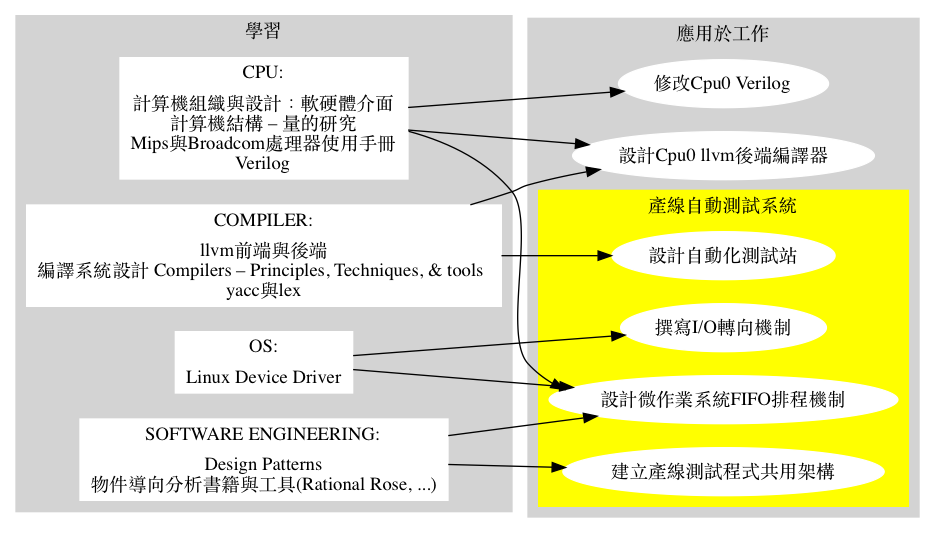
Before: images/study_and_apply_ch1.png, a diagram exported from Graphviz (Jonathan2251/ws). Its source is kept beside it as images/study_and_apply_ch1.gv.
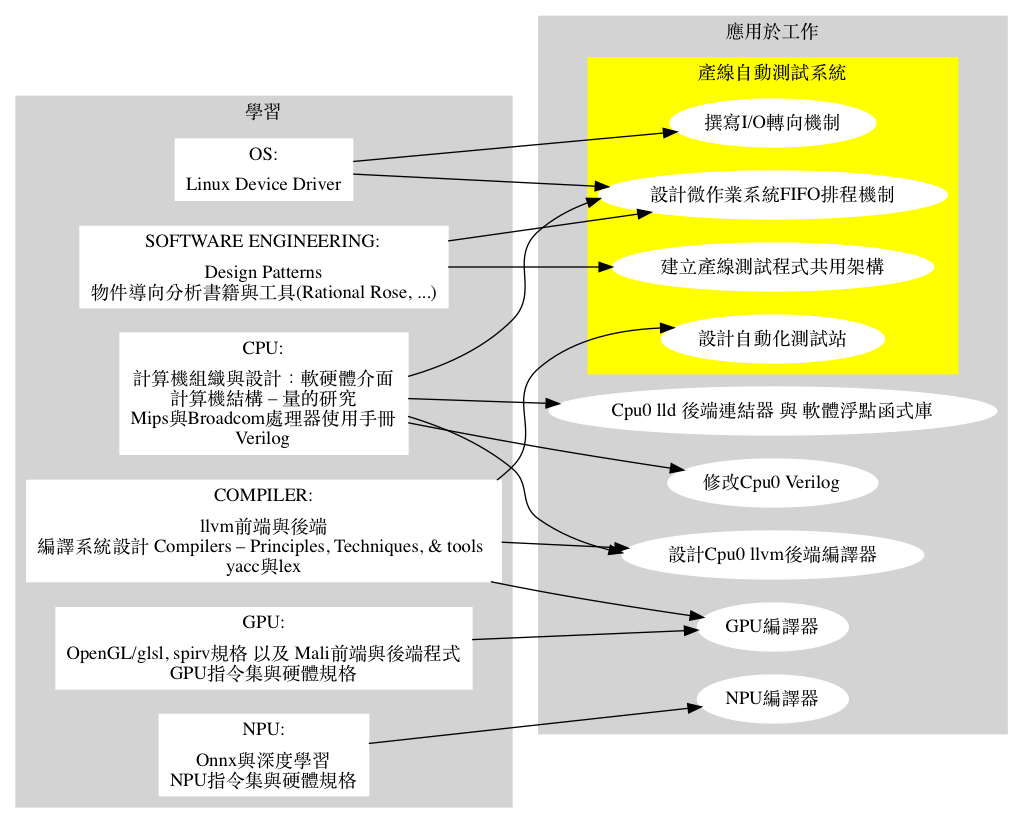
The same file after the commit.

Commit message:
study_and_apply

What changed in the source:
```diff
@@ -6,6 +6,8 @@
     style=filled;
     label = "學習";
     node [shape=record,style=filled,color=white]; CPU [label="CPU:|計算機組織與設計：軟硬體介面\n計算機結構 – 量的研究\nMips與Broadcom處理器使用手冊\nVerilog"];
+    node [shape=record,style=filled,color=white]; GPU [label="GPU:|OpenGL/glsl, spirv規格 以及 Mali前端與後端程式\nGPU指令集與硬體規格"];
+    node [shape=record,style=filled,color=white]; NPU [label="NPU:|Onnx與深度學習\nNPU指令集與硬體規格"];
     node [style=filled,color=white]; COMPILER [label="COMPILER:|llvm前端與後端\n編譯系統設計 Compilers – Principles, Techniques, & tools \nyacc與lex"];
     node [style=filled,color=white]; OS [label="OS:|Linux Device Driver"];
     node [style=filled,color=white]; "SOFTWARE ENGINEERING" [label="SOFTWARE ENGINEERING:|Design Patterns\n物件導向分析書籍與工具(Rational Rose, ...)"];
@@ -17,6 +19,9 @@
     label = "應用於工作";
     node [style=filled,color=white]; verilog [label="修改Cpu0 Verilog"];
     node [style=filled,color=white]; backend [label="設計Cpu0 llvm後端編譯器"];
+    node [style=filled,color=white]; linker [label="Cpu0 lld 後端連結器 與 軟體浮點函式庫"];
+    node [style=filled,color=white]; gpucompiler [label="GPU編譯器"];
+    node [style=filled,color=white]; npucompiler [label="NPU編譯器"];
     subgraph cluster_1_1 {
       color=yellow;
       label = "產線自動測試系統";
@@ -29,7 +34,11 @@
   CPU -> verilog;
   CPU -> tinyos;
   CPU -> backend;
+  CPU -> linker;
+  GPU -> gpucompiler;
+  NPU -> npucompiler;
   COMPILER -> backend;
+  COMPILER -> gpucompiler;
   COMPILER -> teststation;
   OS -> tinyos;
   OS -> io;
```
